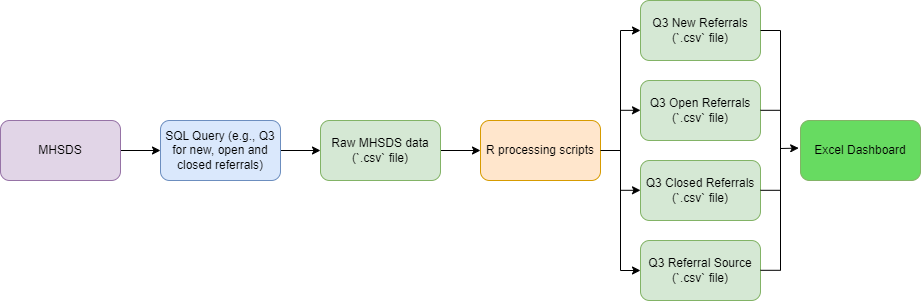
Above: images/data_pipeline.png in NHS-Transformation-Unit/Perinatal-MH-Dashboard (draw.io), before the change. Source tidied: cells renumbered, new cells last; positions are measured from the earlier drawing's top-left corner, leaving out a move shared by most shapes.
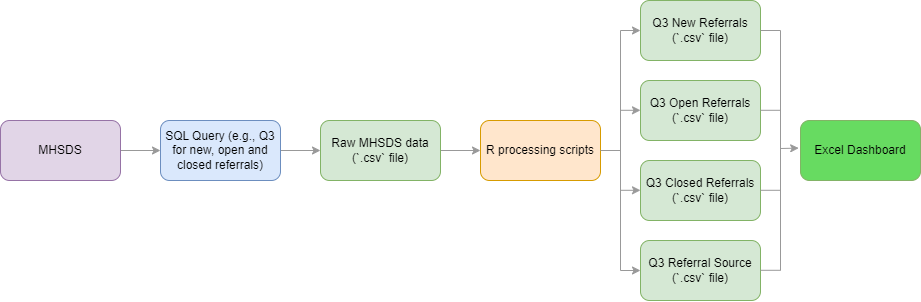
After the commit.

Commit message:
Changing transparency of diagram.

Diff of the diagram source:
```diff
@@ -2,19 +2,19 @@
   <root>
     <mxCell id="0" />
     <mxCell id="1" parent="0" />
-    <mxCell id="2" style="edgeStyle=orthogonalEdgeStyle;rounded=0;jettySize=auto;html=1;exitX=1;exitY=0.5;exitDx=0;exitDy=0;entryX=0;entryY=0.5;entryDx=0;entryDy=0;" parent="1" edge="1" source="3" target="7">
+    <mxCell id="2" style="edgeStyle=orthogonalEdgeStyle;rounded=0;jettySize=auto;html=1;exitX=1;exitY=0.5;exitDx=0;exitDy=0;entryX=0;entryY=0.5;entryDx=0;entryDy=0;strokeColor=#999999;" parent="1" edge="1" source="3" target="7">
       <mxGeometry relative="1" as="geometry" />
     </mxCell>
     <mxCell id="3" value="MHSDS" style="rounded=1;whiteSpace=wrap;html=1;fillColor=#e1d5e7;strokeColor=#9673a6;" parent="1" vertex="1">
       <mxGeometry y="120" width="120" height="60" as="geometry" />
     </mxCell>
-    <mxCell id="4" style="edgeStyle=orthogonalEdgeStyle;rounded=0;jettySize=auto;html=1;exitX=1;exitY=0.5;exitDx=0;exitDy=0;entryX=0;entryY=0.5;entryDx=0;entryDy=0;" parent="1" edge="1" source="5" target="8">
+    <mxCell id="4" style="edgeStyle=orthogonalEdgeStyle;rounded=0;jettySize=auto;html=1;exitX=1;exitY=0.5;exitDx=0;exitDy=0;entryX=0;entryY=0.5;entryDx=0;entryDy=0;strokeColor=#999999;" parent="1" edge="1" source="5" target="8">
       <mxGeometry relative="1" as="geometry" />
     </mxCell>
     <mxCell id="5" value="Raw MHSDS data (`.csv` file)" style="rounded=1;whiteSpace=wrap;html=1;fillColor=#d5e8d4;strokeColor=#82b366;" parent="1" vertex="1">
       <mxGeometry x="320" y="120" width="120" height="60" as="geometry" />
     </mxCell>
-    <mxCell id="6" style="edgeStyle=orthogonalEdgeStyle;rounded=0;jettySize=auto;html=1;exitX=1;exitY=0.5;exitDx=0;exitDy=0;" parent="1" edge="1" source="7" target="5">
+    <mxCell id="6" style="edgeStyle=orthogonalEdgeStyle;rounded=0;jettySize=auto;html=1;exitX=1;exitY=0.5;exitDx=0;exitDy=0;strokeColor=#999999;" parent="1" edge="1" source="7" target="5">
       <mxGeometry relative="1" as="geometry" />
     </mxCell>
     <mxCell id="7" value="SQL Query (e.g., Q3 for new, open and closed referrals)" style="rounded=1;whiteSpace=wrap;html=1;fillColor=#dae8fc;strokeColor=#6c8ebf;" parent="1" vertex="1">
@@ -38,68 +38,68 @@
     <mxCell id="13" value="Excel Dashboard" style="rounded=1;whiteSpace=wrap;html=1;fillColor=#67db61;strokeColor=#82b366;" parent="1" vertex="1">
       <mxGeometry x="800" y="120" width="120" height="60" as="geometry" />
     </mxCell>
-    <mxCell id="14" style="endArrow=none;html=1;rounded=0;" parent="1" edge="1">
+    <mxCell id="14" style="endArrow=none;html=1;rounded=0;strokeColor=#999999;" parent="1" edge="1">
       <mxGeometry relative="1" as="geometry">
         <mxPoint x="620" y="270" as="sourcePoint" />
         <mxPoint x="620" y="30" as="targetPoint" />
       </mxGeometry>
     </mxCell>
-    <mxCell id="15" style="endArrow=classic;html=1;rounded=0;entryX=0;entryY=0.5;entryDx=0;entryDy=0;" parent="1" edge="1" target="10">
+    <mxCell id="15" style="endArrow=classic;html=1;rounded=0;entryX=0;entryY=0.5;entryDx=0;entryDy=0;strokeColor=#999999;" parent="1" edge="1" target="10">
       <mxGeometry relative="1" as="geometry">
         <mxPoint x="620" y="30" as="sourcePoint" />
       </mxGeometry>
     </mxCell>
-    <mxCell id="16" style="endArrow=classic;html=1;rounded=0;entryX=0;entryY=0.5;entryDx=0;entryDy=0;" parent="1" edge="1" target="12">
+    <mxCell id="16" style="endArrow=classic;html=1;rounded=0;entryX=0;entryY=0.5;entryDx=0;entryDy=0;strokeColor=#999999;" parent="1" edge="1" target="12">
       <mxGeometry relative="1" as="geometry">
         <mxPoint x="620" y="270" as="sourcePoint" />
       </mxGeometry>
     </mxCell>
-    <mxCell id="17" style="endArrow=classic;html=1;rounded=0;entryX=0;entryY=0.5;entryDx=0;entryDy=0;" parent="1" edge="1">
+    <mxCell id="17" style="endArrow=classic;html=1;rounded=0;entryX=0;entryY=0.5;entryDx=0;entryDy=0;strokeColor=#999999;" parent="1" edge="1">
       <mxGeometry relative="1" as="geometry">
         <mxPoint x="620" y="189.8" as="sourcePoint" />
         <mxPoint x="640" y="189.8" as="targetPoint" />
       </mxGeometry>
     </mxCell>
-    <mxCell id="18" style="endArrow=classic;html=1;rounded=0;entryX=0;entryY=0.5;entryDx=0;entryDy=0;" parent="1" edge="1">
+    <mxCell id="18" style="endArrow=classic;html=1;rounded=0;entryX=0;entryY=0.5;entryDx=0;entryDy=0;strokeColor=#999999;" parent="1" edge="1">
       <mxGeometry relative="1" as="geometry">
         <mxPoint x="620" y="109.8" as="sourcePoint" />
         <mxPoint x="640" y="109.8" as="targetPoint" />
       </mxGeometry>
     </mxCell>
-    <mxCell id="19" style="endArrow=none;html=1;rounded=0;exitX=1;exitY=0.5;exitDx=0;exitDy=0;" parent="1" edge="1" source="8">
+    <mxCell id="19" style="endArrow=none;html=1;rounded=0;exitX=1;exitY=0.5;exitDx=0;exitDy=0;strokeColor=#999999;" parent="1" edge="1" source="8">
       <mxGeometry relative="1" as="geometry">
         <mxPoint x="620" y="150" as="targetPoint" />
       </mxGeometry>
     </mxCell>
-    <mxCell id="20" style="endArrow=none;html=1;rounded=0;" parent="1" edge="1">
+    <mxCell id="20" style="endArrow=none;html=1;rounded=0;strokeColor=#999999;" parent="1" edge="1">
       <mxGeometry relative="1" as="geometry">
         <mxPoint x="780" y="270" as="sourcePoint" />
         <mxPoint x="780" y="30" as="targetPoint" />
       </mxGeometry>
     </mxCell>
-    <mxCell id="21" style="endArrow=classic;html=1;rounded=0;entryX=-0.015;entryY=0.46;entryDx=0;entryDy=0;entryPerimeter=0;" parent="1" edge="1" target="13">
+    <mxCell id="21" style="endArrow=classic;html=1;rounded=0;entryX=-0.015;entryY=0.46;entryDx=0;entryDy=0;entryPerimeter=0;strokeColor=#999999;" parent="1" edge="1" target="13">
       <mxGeometry relative="1" as="geometry">
         <mxPoint x="780" y="148" as="sourcePoint" />
       </mxGeometry>
     </mxCell>
-    <mxCell id="22" style="endArrow=none;html=1;rounded=0;exitX=1;exitY=0.5;exitDx=0;exitDy=0;" parent="1" edge="1" source="10">
+    <mxCell id="22" style="endArrow=none;html=1;rounded=0;exitX=1;exitY=0.5;exitDx=0;exitDy=0;strokeColor=#999999;" parent="1" edge="1" source="10">
       <mxGeometry relative="1" as="geometry">
         <mxPoint x="780" y="30" as="targetPoint" />
       </mxGeometry>
     </mxCell>
-    <mxCell id="23" style="endArrow=none;html=1;rounded=0;exitX=1;exitY=0.5;exitDx=0;exitDy=0;" parent="1" edge="1">
+    <mxCell id="23" style="endArrow=none;html=1;rounded=0;exitX=1;exitY=0.5;exitDx=0;exitDy=0;strokeColor=#999999;" parent="1" edge="1">
       <mxGeometry relative="1" as="geometry">
         <mxPoint x="760" y="109.8" as="sourcePoint" />
         <mxPoint x="780" y="109.8" as="targetPoint" />
       </mxGeometry>
     </mxCell>
-    <mxCell id="24" style="endArrow=none;html=1;rounded=0;exitX=1;exitY=0.5;exitDx=0;exitDy=0;" parent="1" edge="1">
+    <mxCell id="24" style="endArrow=none;html=1;rounded=0;exitX=1;exitY=0.5;exitDx=0;exitDy=0;strokeColor=#999999;" parent="1" edge="1">
       <mxGeometry relative="1" as="geometry">
         <mxPoint x="760" y="189.8" as="sourcePoint" />
         <mxPoint x="780" y="189.8" as="targetPoint" />
       </mxGeometry>
     </mxCell>
-    <mxCell id="25" style="endArrow=none;html=1;rounded=0;exitX=1;exitY=0.5;exitDx=0;exitDy=0;" parent="1" edge="1">
+    <mxCell id="25" style="endArrow=none;html=1;rounded=0;exitX=1;exitY=0.5;exitDx=0;exitDy=0;strokeColor=#999999;" parent="1" edge="1">
       <mxGeometry relative="1" as="geometry">
         <mxPoint x="760" y="269.8" as="sourcePoint" />
         <mxPoint x="780" y="269.8" as="targetPoint" />
```
